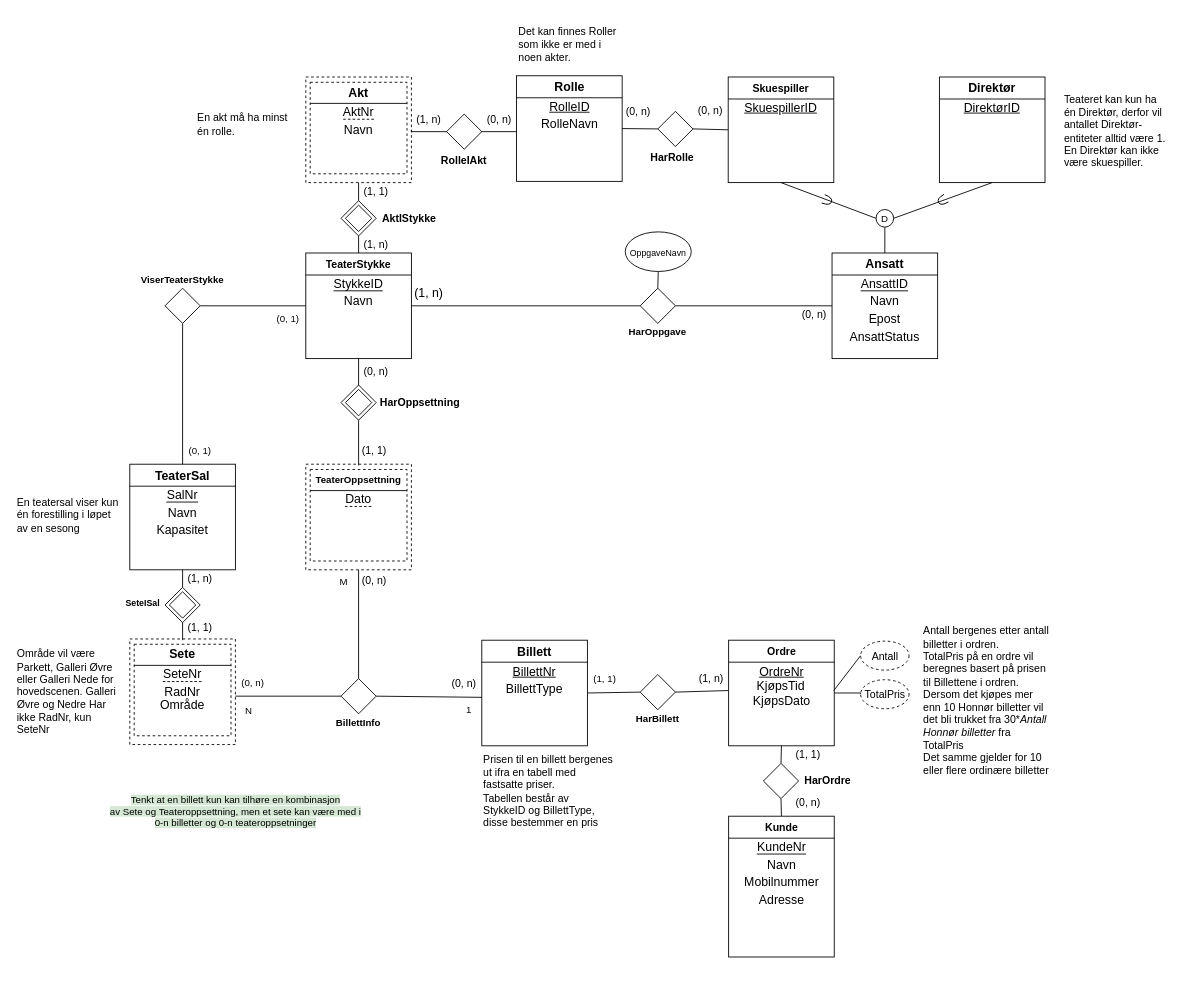
The draw.io diagram prosjekt-db-245.drawio in tobiaslborning/prosjekt-databaser-gr245, before the edit. Source tidied: cells renumbered, new cells numbered last; positions are measured from the earlier drawing's top-left corner, leaving out a move shared by most shapes. Both pictures are drawn from the tidied source at 88%, with x=0, y=0 at pixel (15, 15).
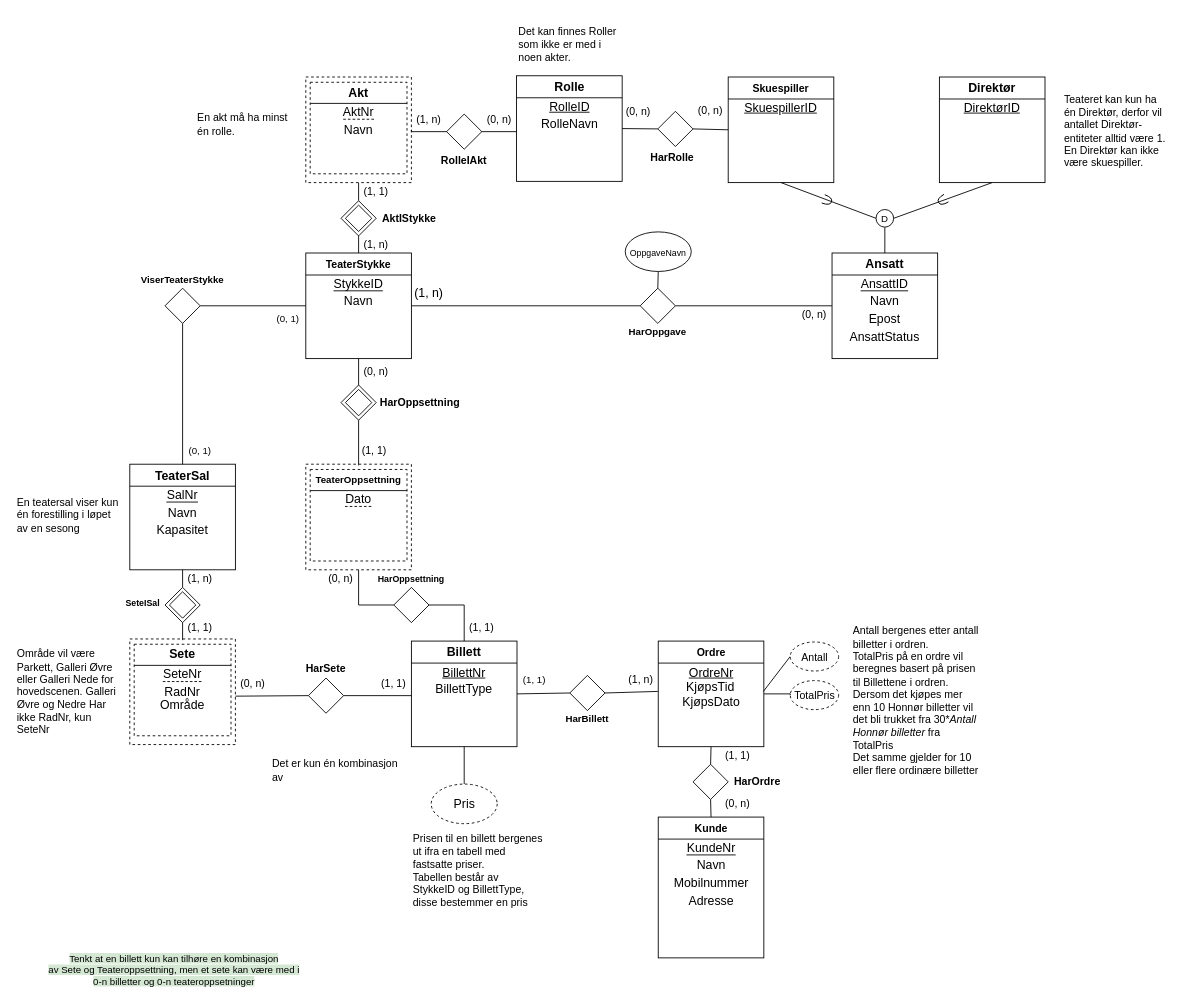
The same diagram, later.

Unchanged cells that the change refers to:
```xml
<mxCell id="135" style="rounded=0;whiteSpace=wrap;html=1;fontSize=14;strokeColor=default;strokeWidth=1;dashed=1;" parent="1" vertex="1">
  <mxGeometry x="330" y="510" width="120" height="120" as="geometry" />
</mxCell>
```

Diff of the diagram source:
```diff
@@
     <mxCell id="24" style="rounded=0;whiteSpace=wrap;html=1;fontSize=14;strokeColor=default;strokeWidth=1;" parent="1" vertex="1">
-      <mxGeometry x="810.5" y="910" width="120" height="160" as="geometry" />
+      <mxGeometry x="730.5" y="911" width="120" height="160" as="geometry" />
     </mxCell>
     <mxCell id="25" value="&lt;b style=&quot;&quot;&gt;&lt;font style=&quot;font-size: 12px;&quot;&gt;Kunde&lt;/font&gt;&lt;/b&gt;" style="text;strokeColor=none;align=center;fillColor=none;html=1;verticalAlign=middle;whiteSpace=wrap;rounded=0;strokeWidth=1;fontSize=12;" parent="1" vertex="1">
-      <mxGeometry x="810.5" y="910" width="120" height="25" as="geometry" />
+      <mxGeometry x="730.5" y="911" width="120" height="25" as="geometry" />
     </mxCell>
     <mxCell id="26" style="edgeStyle=none;html=1;exitX=0;exitY=0;exitDx=0;exitDy=0;entryX=1;entryY=0;entryDx=0;entryDy=0;endArrow=none;endFill=0;rounded=0;fontSize=12;" parent="1" edge="1">
       <mxGeometry relative="1" as="geometry">
-        <mxPoint x="810.5" y="935" as="sourcePoint" />
-        <mxPoint x="930.5" y="935" as="targetPoint" />
+        <mxPoint x="730.5" y="936" as="sourcePoint" />
+        <mxPoint x="850.5" y="936" as="targetPoint" />
       </mxGeometry>
     </mxCell>
     <mxCell id="27" value="&lt;font style=&quot;font-size: 14px;&quot;&gt;Navn&lt;/font&gt;" style="text;strokeColor=none;align=center;fillColor=none;html=1;verticalAlign=middle;whiteSpace=wrap;rounded=0;strokeWidth=1;fontStyle=0;fontSize=12;" parent="1" vertex="1">
-      <mxGeometry x="810.5" y="955" width="120" height="20" as="geometry" />
+      <mxGeometry x="730.5" y="956" width="120" height="20" as="geometry" />
     </mxCell>
     <mxCell id="28" value="&lt;span style=&quot;border-bottom: 1px solid black&quot;&gt;&lt;font style=&quot;font-size: 14px;&quot;&gt;KundeNr&lt;/font&gt;&lt;/span&gt;" style="text;strokeColor=none;align=center;fillColor=none;html=1;verticalAlign=middle;whiteSpace=wrap;rounded=0;strokeWidth=1;labelPosition=center;verticalLabelPosition=middle;fontSize=12;" parent="1" vertex="1">
-      <mxGeometry x="810.5" y="935" width="120" height="20" as="geometry" />
+      <mxGeometry x="730.5" y="936" width="120" height="20" as="geometry" />
     </mxCell>
-    <mxCell id="29" style="edgeStyle=segmentEdgeStyle;endArrow=none;html=1;curved=0;rounded=0;endSize=8;startSize=8;endFill=0;fontSize=6;exitX=0.5;exitY=1;exitDx=0;exitDy=0;entryX=0.5;entryY=0;entryDx=0;entryDy=0;" parent="1" edge="1" target="114">
-      <mxGeometry relative="1" as="geometry">
-        <mxPoint x="390" y="629.4" as="sourcePoint" />
-      </mxGeometry>
-    </mxCell>
     <mxCell id="30" value="&lt;font style=&quot;font-size: 12px;&quot;&gt;TotalPris&lt;/font&gt;" style="ellipse;whiteSpace=wrap;html=1;fontSize=14;fontColor=#000000;dashed=1;" parent="1" vertex="1">
-      <mxGeometry x="960.5" y="754.9" width="55" height="33" as="geometry" />
+      <mxGeometry x="880.5" y="755.9" width="55" height="33" as="geometry" />
     </mxCell>
@@
     <mxCell id="36" value="&lt;span style=&quot;font-size: 14px;&quot;&gt;Mobilnummer&lt;/span&gt;" style="text;strokeColor=none;align=center;fillColor=none;html=1;verticalAlign=middle;whiteSpace=wrap;rounded=0;strokeWidth=1;fontStyle=0;fontSize=12;" parent="1" vertex="1">
-      <mxGeometry x="810.5" y="975" width="120" height="20" as="geometry" />
+      <mxGeometry x="730.5" y="976" width="120" height="20" as="geometry" />
     </mxCell>
     <mxCell id="37" value="&lt;span style=&quot;font-size: 14px;&quot;&gt;Adresse&lt;/span&gt;" style="text;strokeColor=none;align=center;fillColor=none;html=1;verticalAlign=middle;whiteSpace=wrap;rounded=0;strokeWidth=1;fontStyle=0;fontSize=12;" parent="1" vertex="1">
-      <mxGeometry x="810.5" y="995" width="120" height="20" as="geometry" />
+      <mxGeometry x="730.5" y="996" width="120" height="20" as="geometry" />
     </mxCell>
@@
     <mxCell id="39" style="rounded=0;whiteSpace=wrap;html=1;fontSize=14;strokeColor=default;strokeWidth=1;" parent="1" vertex="1">
-      <mxGeometry x="810.5" y="710" width="120" height="120" as="geometry" />
+      <mxGeometry x="730.5" y="711" width="120" height="120" as="geometry" />
     </mxCell>
     <mxCell id="40" value="&lt;b&gt;Ordre&lt;/b&gt;" style="text;strokeColor=none;align=center;fillColor=none;html=1;verticalAlign=middle;whiteSpace=wrap;rounded=0;strokeWidth=1;fontSize=12;" parent="1" vertex="1">
-      <mxGeometry x="810.5" y="710" width="120" height="25" as="geometry" />
+      <mxGeometry x="730.5" y="711" width="120" height="25" as="geometry" />
     </mxCell>
     <mxCell id="41" style="edgeStyle=none;html=1;exitX=0;exitY=0;exitDx=0;exitDy=0;entryX=1;entryY=0;entryDx=0;entryDy=0;endArrow=none;endFill=0;rounded=0;fontSize=12;" parent="1" edge="1">
       <mxGeometry relative="1" as="geometry">
-        <mxPoint x="810.5" y="735" as="sourcePoint" />
-        <mxPoint x="930.5" y="735" as="targetPoint" />
+        <mxPoint x="730.5" y="736" as="sourcePoint" />
+        <mxPoint x="850.5" y="736" as="targetPoint" />
       </mxGeometry>
     </mxCell>
     <mxCell id="42" value="&lt;span style=&quot;font-size: 14px;&quot;&gt;&lt;u&gt;OrdreNr&lt;/u&gt;&lt;/span&gt;" style="text;strokeColor=none;align=center;fillColor=none;html=1;verticalAlign=middle;whiteSpace=wrap;rounded=0;strokeWidth=1;fontStyle=0;fontSize=12;" parent="1" vertex="1">
-      <mxGeometry x="810.5" y="736.4" width="120" height="20" as="geometry" />
+      <mxGeometry x="730.5" y="737.4" width="120" height="20" as="geometry" />
     </mxCell>
@@
     <mxCell id="44" value="&lt;span style=&quot;font-size: 14px;&quot;&gt;KjøpsTid&lt;/span&gt;" style="text;strokeColor=none;align=center;fillColor=none;html=1;verticalAlign=middle;whiteSpace=wrap;rounded=0;strokeWidth=1;fontStyle=0;fontSize=12;" parent="1" vertex="1">
-      <mxGeometry x="810" y="752.2" width="120" height="20" as="geometry" />
+      <mxGeometry x="730" y="753.2" width="120" height="20" as="geometry" />
     </mxCell>
@@
-    <mxCell id="86" style="edgeStyle=none;shape=connector;rounded=0;jettySize=auto;html=1;exitX=0;exitY=1;exitDx=0;exitDy=0;labelBackgroundColor=default;strokeColor=#000000;fontFamily=Helvetica;fontSize=10;fontColor=#000000;endArrow=none;endFill=0;entryX=0;entryY=0.5;entryDx=0;entryDy=0;" parent="1" edge="1" source="87" target="114">
-      <mxGeometry relative="1" as="geometry" />
+    <mxCell id="86" style="edgeStyle=none;shape=connector;rounded=0;jettySize=auto;html=1;exitX=0;exitY=1;exitDx=0;exitDy=0;labelBackgroundColor=default;strokeColor=#000000;fontFamily=Helvetica;fontSize=10;fontColor=#000000;endArrow=none;endFill=0;entryX=0;entryY=0.5;entryDx=0;entryDy=0;" parent="1" edge="1" target="169">
+      <mxGeometry relative="1" as="geometry">
+        <mxPoint x="250" y="773.6" as="sourcePoint" />
+      </mxGeometry>
     </mxCell>
-    <mxCell id="87" value="&lt;font style=&quot;font-size: 11px;&quot;&gt;(0, n)&lt;/font&gt;" style="text;strokeColor=none;align=center;fillColor=none;html=1;verticalAlign=middle;whiteSpace=wrap;rounded=0;fontSize=12;fontFamily=Helvetica;fontColor=default;" parent="1" vertex="1">
-      <mxGeometry x="250" y="743.6" width="40" height="30" as="geometry" />
-    </mxCell>
-    <mxCell id="88" value="(0, n)" style="text;strokeColor=none;align=center;fillColor=none;html=1;verticalAlign=middle;whiteSpace=wrap;rounded=0;fontSize=12;fontFamily=Helvetica;fontColor=default;" parent="1" vertex="1">
-      <mxGeometry x="388" y="628" width="40" height="30" as="geometry" />
-    </mxCell>
     <mxCell id="89" value="&lt;font style=&quot;font-size: 12px;&quot;&gt;Antall&lt;/font&gt;" style="ellipse;whiteSpace=wrap;html=1;fontSize=14;fontColor=#000000;dashed=1;" parent="1" vertex="1">
-      <mxGeometry x="960.5" y="711" width="55" height="33" as="geometry" />
+      <mxGeometry x="880.5" y="712" width="55" height="33" as="geometry" />
     </mxCell>
     <mxCell id="90" value="(1, 1)" style="text;strokeColor=none;align=center;fillColor=none;html=1;verticalAlign=middle;whiteSpace=wrap;rounded=0;fontSize=12;fontFamily=Helvetica;fontColor=default;" parent="1" vertex="1">
-      <mxGeometry x="880.5" y="830" width="40" height="20" as="geometry" />
+      <mxGeometry x="800.5" y="831" width="40" height="20" as="geometry" />
     </mxCell>
@@
     <mxCell id="93" style="rhombus;whiteSpace=wrap;html=1;fontSize=14;strokeColor=default;fontFamily=Helvetica;fontColor=default;" parent="1" vertex="1">
-      <mxGeometry x="850" y="850" width="40" height="40" as="geometry" />
+      <mxGeometry x="770" y="851" width="40" height="40" as="geometry" />
     </mxCell>
     <mxCell id="94" value="&lt;b&gt;HarOrdre&lt;/b&gt;" style="text;strokeColor=none;align=left;fillColor=none;html=1;verticalAlign=middle;whiteSpace=wrap;rounded=0;fontSize=12;fontFamily=Helvetica;fontColor=default;" parent="1" vertex="1">
-      <mxGeometry x="895" y="860" width="60" height="20" as="geometry" />
+      <mxGeometry x="815" y="861" width="60" height="20" as="geometry" />
     </mxCell>
     <mxCell id="95" value="(0, n)" style="text;strokeColor=none;align=center;fillColor=none;html=1;verticalAlign=middle;whiteSpace=wrap;rounded=0;fontSize=12;fontFamily=Helvetica;fontColor=default;" parent="1" vertex="1">
-      <mxGeometry x="880.5" y="880" width="40" height="30" as="geometry" />
+      <mxGeometry x="800.5" y="881" width="40" height="30" as="geometry" />
     </mxCell>
@@
     <mxCell id="110" style="rounded=0;whiteSpace=wrap;html=1;fontSize=14;strokeColor=default;strokeWidth=1;fontFamily=Helvetica;fontColor=#000000;" parent="1" vertex="1">
-      <mxGeometry x="530" y="710" width="120" height="120" as="geometry" />
+      <mxGeometry x="450" y="711" width="120" height="120" as="geometry" />
     </mxCell>
+    <mxCell id="165" style="edgeStyle=none;shape=connector;rounded=0;jettySize=auto;html=1;exitX=0.5;exitY=0;exitDx=0;exitDy=0;labelBackgroundColor=default;strokeColor=#000000;fontFamily=Helvetica;fontSize=12;fontColor=#000000;endArrow=none;endFill=0;" parent="1" edge="1" source="111">
+      <mxGeometry relative="1" as="geometry">
+        <mxPoint x="510" y="670" as="targetPoint" />
+      </mxGeometry>
+    </mxCell>
     <mxCell id="111" value="&lt;b&gt;&lt;font style=&quot;font-size: 14px;&quot;&gt;Billett&lt;/font&gt;&lt;/b&gt;" style="text;strokeColor=none;align=center;fillColor=none;html=1;verticalAlign=middle;whiteSpace=wrap;rounded=0;strokeWidth=1;fontSize=11;fontFamily=Helvetica;fontColor=#000000;" parent="1" vertex="1">
-      <mxGeometry x="530" y="710" width="120" height="25" as="geometry" />
+      <mxGeometry x="450" y="711" width="120" height="25" as="geometry" />
     </mxCell>
     <mxCell id="112" style="edgeStyle=none;html=1;exitX=0;exitY=0;exitDx=0;exitDy=0;entryX=1;entryY=0;entryDx=0;entryDy=0;endArrow=none;endFill=0;rounded=0;labelBackgroundColor=default;strokeColor=#000000;fontFamily=Helvetica;fontSize=11;fontColor=#000000;shape=connector;" parent="1" edge="1">
       <mxGeometry relative="1" as="geometry">
-        <mxPoint x="530" y="735" as="sourcePoint" />
-        <mxPoint x="650" y="735" as="targetPoint" />
+        <mxPoint x="450" y="736" as="sourcePoint" />
+        <mxPoint x="570" y="736" as="targetPoint" />
       </mxGeometry>
     </mxCell>
-    <mxCell id="113" style="edgeStyle=none;shape=connector;rounded=0;jettySize=auto;html=1;exitX=1;exitY=0.5;exitDx=0;exitDy=0;entryX=0.001;entryY=0.541;entryDx=0;entryDy=0;labelBackgroundColor=default;strokeColor=#000000;fontFamily=Helvetica;fontSize=11;fontColor=#000000;endArrow=none;endFill=0;entryPerimeter=0;" parent="1" edge="1" source="114" target="110">
-      <mxGeometry relative="1" as="geometry" />
-    </mxCell>
-    <mxCell id="114" style="rhombus;whiteSpace=wrap;html=1;fontSize=14;strokeColor=default;fontFamily=Helvetica;fontColor=#000000;" parent="1" vertex="1">
-      <mxGeometry x="370" y="753.6" width="40" height="40" as="geometry" />
-    </mxCell>
-    <mxCell id="115" value="&lt;b&gt;BillettInfo&lt;/b&gt;" style="text;strokeColor=none;align=center;fillColor=none;html=1;verticalAlign=middle;whiteSpace=wrap;rounded=0;fontSize=11;fontFamily=Helvetica;fontColor=#000000;" parent="1" vertex="1">
-      <mxGeometry x="360" y="793.6" width="60" height="20" as="geometry" />
-    </mxCell>
     <mxCell id="116" value="&lt;font style=&quot;font-size: 14px;&quot;&gt;&lt;u&gt;BillettNr&lt;/u&gt;&lt;/font&gt;" style="text;strokeColor=none;align=center;fillColor=none;html=1;verticalAlign=middle;whiteSpace=wrap;rounded=0;strokeWidth=1;fontStyle=0;" parent="1" vertex="1">
-      <mxGeometry x="530" y="736.4" width="120" height="20" as="geometry" />
+      <mxGeometry x="450" y="737.4" width="120" height="20" as="geometry" />
     </mxCell>
-    <mxCell id="117" value="(0, n)" style="text;strokeColor=none;align=center;fillColor=none;html=1;verticalAlign=middle;whiteSpace=wrap;rounded=0;fontSize=12;fontFamily=Helvetica;fontColor=default;" parent="1" vertex="1">
-      <mxGeometry x="490" y="745.1" width="40" height="30" as="geometry" />
-    </mxCell>
-    <mxCell id="118" value="1" style="text;html=1;align=center;verticalAlign=middle;strokeColor=none;fillColor=none;fontSize=11;fontFamily=Helvetica;fontColor=#000000;" parent="1" vertex="1">
-      <mxGeometry x="500" y="773.6" width="30" height="30" as="geometry" />
-    </mxCell>
-    <mxCell id="119" value="N" style="text;html=1;align=center;verticalAlign=middle;strokeColor=none;fillColor=none;fontSize=11;fontFamily=Helvetica;fontColor=#000000;" parent="1" vertex="1">
-      <mxGeometry x="250" y="774.6" width="30" height="30" as="geometry" />
-    </mxCell>
-    <mxCell id="120" value="M" style="text;html=1;align=center;verticalAlign=middle;strokeColor=none;fillColor=none;fontSize=11;fontFamily=Helvetica;fontColor=#000000;" parent="1" vertex="1">
-      <mxGeometry x="358" y="629.4" width="30" height="30" as="geometry" />
-    </mxCell>
@@
     <mxCell id="122" style="rhombus;whiteSpace=wrap;html=1;fontSize=14;strokeColor=default;fontFamily=Helvetica;fontColor=#000000;" parent="1" vertex="1">
-      <mxGeometry x="710" y="749" width="40" height="40" as="geometry" />
+      <mxGeometry x="630" y="750" width="40" height="40" as="geometry" />
     </mxCell>
     <mxCell id="123" value="&lt;b&gt;HarBillett&lt;/b&gt;" style="text;strokeColor=none;align=center;fillColor=none;html=1;verticalAlign=middle;whiteSpace=wrap;rounded=0;fontSize=11;fontFamily=Helvetica;fontColor=#000000;" parent="1" vertex="1">
-      <mxGeometry x="700" y="789" width="60" height="20" as="geometry" />
+      <mxGeometry x="620" y="790" width="60" height="20" as="geometry" />
     </mxCell>
     <mxCell id="124" value="(1, n)" style="text;strokeColor=none;align=center;fillColor=none;html=1;verticalAlign=middle;whiteSpace=wrap;rounded=0;fontSize=12;fontFamily=Helvetica;fontColor=default;" parent="1" vertex="1">
-      <mxGeometry x="770.5" y="738.6" width="40" height="30" as="geometry" />
+      <mxGeometry x="690.5" y="739.6" width="40" height="30" as="geometry" />
     </mxCell>
     <mxCell id="125" value="(1, 1)" style="text;strokeColor=none;align=center;fillColor=none;html=1;verticalAlign=middle;whiteSpace=wrap;rounded=0;fontSize=11;fontFamily=Helvetica;fontColor=#000000;" parent="1" vertex="1">
-      <mxGeometry x="650" y="738.6" width="40" height="30" as="geometry" />
+      <mxGeometry x="570" y="739.6" width="40" height="30" as="geometry" />
     </mxCell>
     <mxCell id="126" value="&lt;span style=&quot;background-color: rgb(213, 232, 212);&quot;&gt;Tenkt at en billett kun kan tilhøre en kombinasjon&lt;br&gt;av Sete og Teateroppsettning, men et sete kan være med i&lt;br&gt;0-n billetter og 0-n teateroppsetninger&lt;br&gt;&lt;/span&gt;" style="text;html=1;align=center;verticalAlign=middle;strokeColor=none;fillColor=none;fontSize=11;fontFamily=Helvetica;fontColor=#000000;" parent="1" vertex="1">
-      <mxGeometry x="95" y="880" width="310" height="50" as="geometry" />
+      <mxGeometry x="25" y="1060" width="310" height="50" as="geometry" />
     </mxCell>
@@
     <mxCell id="141" value="&lt;span style=&quot;font-size: 14px;&quot;&gt;KjøpsDato&lt;/span&gt;" style="text;strokeColor=none;align=center;fillColor=none;html=1;verticalAlign=middle;whiteSpace=wrap;rounded=0;strokeWidth=1;fontStyle=0;fontSize=12;" parent="1" vertex="1">
-      <mxGeometry x="810.5" y="769" width="120" height="20" as="geometry" />
+      <mxGeometry x="730.5" y="770" width="120" height="20" as="geometry" />
     </mxCell>
     <mxCell id="142" value="&lt;span style=&quot;font-size: 14px;&quot;&gt;BillettType&lt;/span&gt;" style="text;strokeColor=none;align=center;fillColor=none;html=1;verticalAlign=middle;whiteSpace=wrap;rounded=0;strokeWidth=1;fontStyle=0;fontSize=12;" parent="1" vertex="1">
-      <mxGeometry x="530" y="754.9" width="120" height="20" as="geometry" />
+      <mxGeometry x="450" y="755.9" width="120" height="20" as="geometry" />
     </mxCell>
@@
     <mxCell id="160" value="Antall bergenes etter antall billetter i ordren. &lt;br&gt;TotalPris på en ordre vil beregnes basert på prisen til Billettene i ordren.&lt;br&gt;Dersom det kjøpes mer enn 10 Honnør billetter vil det bli trukket fra 30*&lt;i&gt;Antall Honnør billetter &lt;/i&gt;fra TotalPris&lt;br&gt;Det samme gjelder for 10 eller flere ordinære billetter" style="text;strokeColor=none;align=left;fillColor=none;html=1;verticalAlign=middle;whiteSpace=wrap;rounded=0;strokeWidth=1;fontStyle=0;" parent="1" vertex="1">
-      <mxGeometry x="1030" y="678" width="150" height="201.4" as="geometry" />
+      <mxGeometry x="950" y="678" width="150" height="201.4" as="geometry" />
     </mxCell>
@@
     <mxCell id="164" value="Prisen til en billett bergenes ut ifra en tabell med fastsatte priser.&lt;br&gt;Tabellen består av StykkeID og BillettType, disse bestemmer en pris" style="text;strokeColor=none;align=left;fillColor=none;html=1;verticalAlign=middle;whiteSpace=wrap;rounded=0;strokeWidth=1;fontStyle=0;" parent="1" vertex="1">
-      <mxGeometry x="530" y="821.1" width="150" height="121.4" as="geometry" />
+      <mxGeometry x="450" y="911" width="150" height="121.4" as="geometry" />
     </mxCell>
+    <mxCell id="166" style="edgeStyle=none;shape=connector;rounded=0;jettySize=auto;html=1;entryX=0.5;entryY=1;entryDx=0;entryDy=0;labelBackgroundColor=default;strokeColor=#000000;fontFamily=Helvetica;fontSize=12;fontColor=#000000;endArrow=none;endFill=0;exitX=0.5;exitY=0;exitDx=0;exitDy=0;" parent="1" edge="1" source="167" target="110">
+      <mxGeometry relative="1" as="geometry" />
+    </mxCell>
+    <mxCell id="167" value="Pris" style="ellipse;whiteSpace=wrap;html=1;fontSize=14;fontColor=#000000;dashed=1;labelBackgroundColor=#ffffff;fontFamily=Helvetica;" parent="1" vertex="1">
+      <mxGeometry x="472.5" y="873.5" width="75" height="45" as="geometry" />
+    </mxCell>
+    <mxCell id="168" style="edgeStyle=none;shape=connector;rounded=0;jettySize=auto;html=1;exitX=1;exitY=0.5;exitDx=0;exitDy=0;labelBackgroundColor=default;strokeColor=#000000;fontFamily=Helvetica;fontSize=12;fontColor=#000000;endArrow=none;endFill=0;" parent="1" edge="1" source="169">
+      <mxGeometry relative="1" as="geometry">
+        <mxPoint x="450" y="773" as="targetPoint" />
+      </mxGeometry>
+    </mxCell>
+    <mxCell id="169" style="rhombus;whiteSpace=wrap;html=1;fontSize=14;strokeColor=default;labelBackgroundColor=#ffffff;fontFamily=Helvetica;fontColor=#000000;" parent="1" vertex="1">
+      <mxGeometry x="333" y="753" width="40" height="40" as="geometry" />
+    </mxCell>
+    <mxCell id="170" value="&lt;b&gt;HarSete&lt;/b&gt;" style="text;strokeColor=none;align=center;fillColor=none;html=1;verticalAlign=middle;whiteSpace=wrap;rounded=0;fontSize=12;fontFamily=Helvetica;fontColor=#000000;" parent="1" vertex="1">
+      <mxGeometry x="323" y="733" width="60" height="20" as="geometry" />
+    </mxCell>
+    <mxCell id="171" style="edgeStyle=segmentEdgeStyle;endArrow=none;html=1;curved=0;rounded=0;endSize=8;startSize=8;endFill=0;labelBackgroundColor=default;strokeColor=#000000;fontFamily=Helvetica;fontSize=12;fontColor=#000000;shape=connector;entryX=0.5;entryY=1;entryDx=0;entryDy=0;exitX=0;exitY=0.5;exitDx=0;exitDy=0;" parent="1" edge="1" source="173" target="135">
+      <mxGeometry relative="1" as="geometry">
+        <Array as="points">
+          <mxPoint x="390" y="670" />
+        </Array>
+      </mxGeometry>
+    </mxCell>
+    <mxCell id="172" style="edgeStyle=none;shape=connector;rounded=0;jettySize=auto;html=1;exitX=1;exitY=0.5;exitDx=0;exitDy=0;labelBackgroundColor=default;strokeColor=#000000;fontFamily=Helvetica;fontSize=12;fontColor=#000000;endArrow=none;endFill=0;" parent="1" edge="1" source="173">
+      <mxGeometry relative="1" as="geometry">
+        <mxPoint x="510" y="670" as="targetPoint" />
+      </mxGeometry>
+    </mxCell>
+    <mxCell id="173" style="rhombus;whiteSpace=wrap;html=1;fontSize=14;strokeColor=default;labelBackgroundColor=#ffffff;fontFamily=Helvetica;fontColor=#000000;" parent="1" vertex="1">
+      <mxGeometry x="430" y="650" width="40" height="40" as="geometry" />
+    </mxCell>
+    <mxCell id="174" value="&lt;b&gt;&lt;font style=&quot;font-size: 10px;&quot;&gt;HarOppsettning&lt;/font&gt;&lt;/b&gt;" style="text;strokeColor=none;align=center;fillColor=none;html=1;verticalAlign=middle;whiteSpace=wrap;rounded=0;fontSize=12;fontFamily=Helvetica;fontColor=#000000;" parent="1" vertex="1">
+      <mxGeometry x="420" y="630" width="60" height="20" as="geometry" />
+    </mxCell>
+    <mxCell id="175" value="(1, 1)" style="text;strokeColor=none;align=center;fillColor=none;html=1;verticalAlign=middle;whiteSpace=wrap;rounded=0;fontSize=12;fontFamily=Helvetica;fontColor=#000000;" parent="1" vertex="1">
+      <mxGeometry x="410" y="745" width="40" height="30" as="geometry" />
+    </mxCell>
+    <mxCell id="176" value="(0, n)" style="text;strokeColor=none;align=center;fillColor=none;html=1;verticalAlign=middle;whiteSpace=wrap;rounded=0;fontSize=12;fontFamily=Helvetica;fontColor=#000000;" parent="1" vertex="1">
+      <mxGeometry x="250" y="745" width="40" height="30" as="geometry" />
+    </mxCell>
+    <mxCell id="177" value="(0, n)" style="text;strokeColor=none;align=center;fillColor=none;html=1;verticalAlign=middle;whiteSpace=wrap;rounded=0;fontSize=12;fontFamily=Helvetica;fontColor=#000000;" parent="1" vertex="1">
+      <mxGeometry x="350" y="625" width="40" height="30" as="geometry" />
+    </mxCell>
+    <mxCell id="178" value="(1, 1)" style="text;strokeColor=none;align=center;fillColor=none;html=1;verticalAlign=middle;whiteSpace=wrap;rounded=0;fontSize=12;fontFamily=Helvetica;fontColor=#000000;" parent="1" vertex="1">
+      <mxGeometry x="510" y="681" width="40" height="30" as="geometry" />
+    </mxCell>
+    <mxCell id="179" value="Det er kun én kombinasjon av&amp;nbsp;" style="text;strokeColor=none;align=left;fillColor=none;html=1;verticalAlign=middle;whiteSpace=wrap;rounded=0;strokeWidth=1;fontStyle=0;" parent="1" vertex="1">
+      <mxGeometry x="290" y="797.1" width="150" height="121.4" as="geometry" />
+    </mxCell>
```
